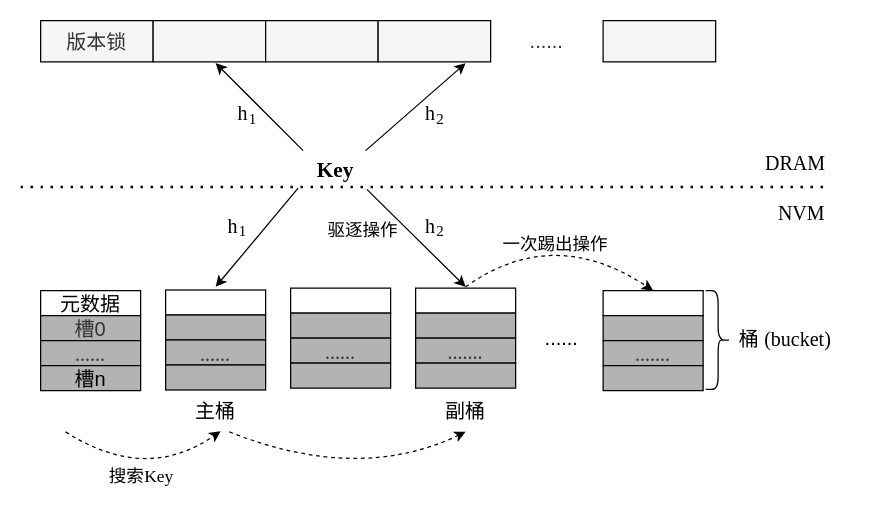
This is page "整体结构2" (22 of 22) of 毕业论文.drawio from HustDsy/Picture, a draw.io file, before an edit. Source tidied: cells renumbered, new cells numbered last; positions are measured from the earlier drawing's top-left corner, leaving out a move shared by most shapes. Both pictures are drawn from the tidied source at 125%, with x=0, y=0 at pixel (20, 20).
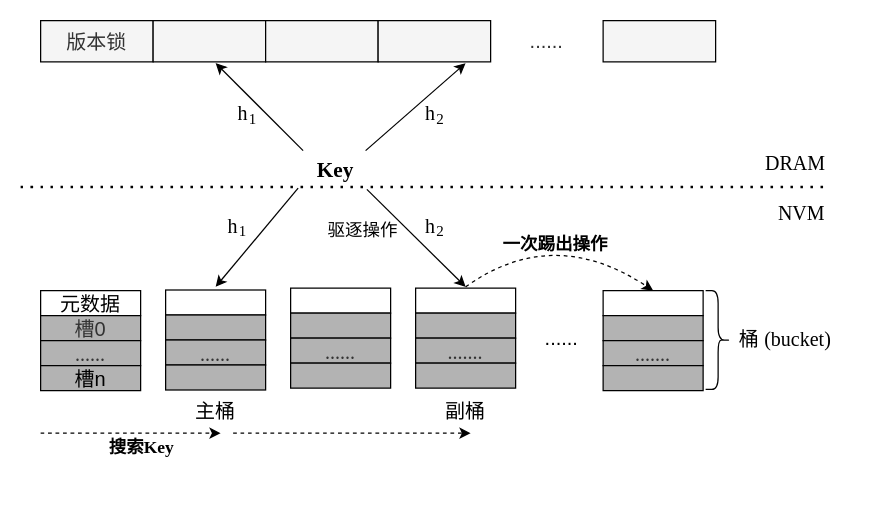
The same diagram, later.

Change to the diagram source:
```diff
@@
-    <mxCell id="37" value="一次踢出操作" style="text;strokeColor=none;fillColor=none;align=center;verticalAlign=middle;rounded=0;fontFamily=简宋;fontSize=14;fontColor=#000000;" parent="1" vertex="1">
+    <mxCell id="37" value="一次踢出操作" style="text;strokeColor=none;fillColor=none;align=center;verticalAlign=middle;rounded=0;fontFamily=简宋;fontSize=14;fontColor=#000000;fontStyle=1;" parent="1" vertex="1">
       <mxGeometry x="373" y="163" width="110" height="30" as="geometry" />
     </mxCell>
@@
-    <mxCell id="41" style="endArrow=classic;dashed=1;fontFamily=简宋;fontSize=14;curved=1;" parent="1" edge="1">
-      <mxGeometry relative="1" as="geometry">
-        <mxPoint x="36" y="329" as="sourcePoint" />
-        <mxPoint x="160" y="328.5" as="targetPoint" />
-        <Array as="points">
-          <mxPoint x="100" y="370" />
-        </Array>
-      </mxGeometry>
-    </mxCell>
-    <mxCell id="42" style="endArrow=classic;dashed=1;fontFamily=简宋;fontSize=14;curved=1;" parent="1" edge="1">
-      <mxGeometry relative="1" as="geometry">
-        <mxPoint x="167" y="329" as="sourcePoint" />
-        <mxPoint x="356" y="329" as="targetPoint" />
-        <Array as="points">
-          <mxPoint x="270" y="370" />
-        </Array>
-      </mxGeometry>
-    </mxCell>
-    <mxCell id="43" value="搜索" style="text;align=center;verticalAlign=middle;strokeColor=none;fillColor=none;fontSize=14;fontFamily=简宋;" parent="1" vertex="1">
-      <mxGeometry x="65" y="353.5" width="40" height="20" as="geometry" />
+    <mxCell id="43" value="搜索" style="text;align=center;verticalAlign=middle;strokeColor=none;fillColor=none;fontSize=14;fontFamily=简宋;fontStyle=1;" parent="1" vertex="1">
+      <mxGeometry x="65" y="330" width="40" height="20" as="geometry" />
     </mxCell>
-    <mxCell id="44" value="Key" style="text;align=center;verticalAlign=middle;strokeColor=none;fillColor=none;fontSize=14;fontFamily=Times New Roman;" parent="1" vertex="1">
-      <mxGeometry x="91" y="353.5" width="40" height="20" as="geometry" />
+    <mxCell id="44" value="Key" style="text;align=center;verticalAlign=middle;strokeColor=none;fillColor=none;fontSize=14;fontFamily=Times New Roman;fontStyle=1;" parent="1" vertex="1">
+      <mxGeometry x="91" y="330" width="40" height="20" as="geometry" />
     </mxCell>
@@
+    <mxCell id="57" style="endArrow=classic;html=1;dashed=1;fontFamily=Times New Roman;fontSize=16;curved=1;" parent="1" edge="1">
+      <mxGeometry relative="1" as="geometry">
+        <mxPoint x="16" y="330" as="sourcePoint" />
+        <mxPoint x="160" y="330" as="targetPoint" />
+      </mxGeometry>
+    </mxCell>
+    <mxCell id="58" style="endArrow=classic;html=1;dashed=1;fontFamily=Times New Roman;fontSize=16;curved=1;" parent="1" edge="1">
+      <mxGeometry relative="1" as="geometry">
+        <mxPoint x="170" y="330" as="sourcePoint" />
+        <mxPoint x="360" y="330" as="targetPoint" />
+      </mxGeometry>
+    </mxCell>
```
